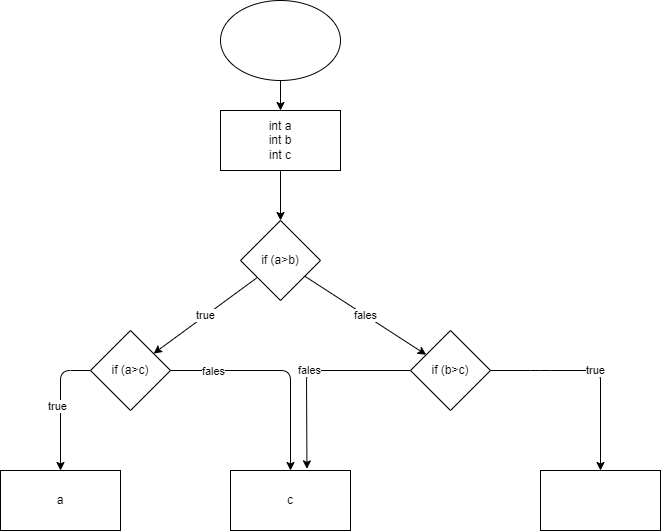
Before: lesson_1/exp2/diagram.drawio.png, a diagram exported from draw.io (kutuzoffmoscow/C-repo). Source tidied: cells renumbered, new cells last; positions are measured from the earlier drawing's top-left corner, leaving out a move shared by most shapes.
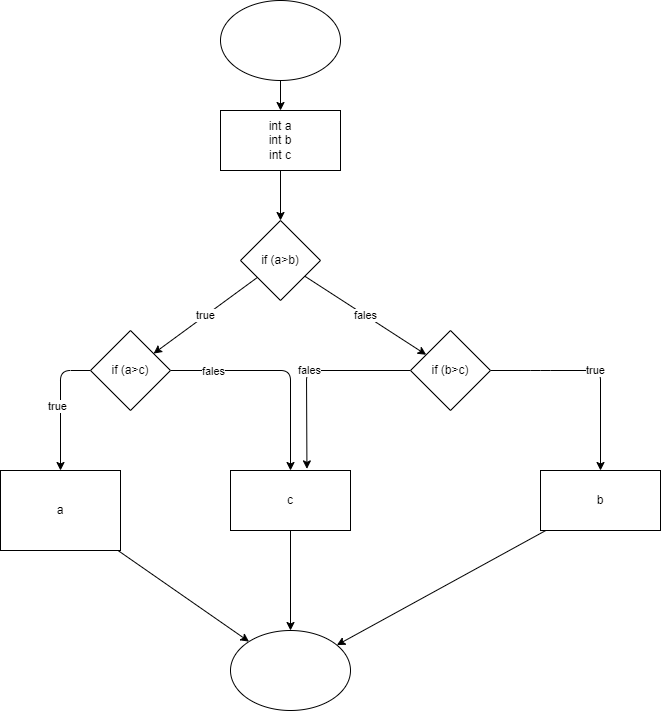
After the change.

Commit message:
добавил код

The edit, as a diff of the source:
```diff
@@ -64,14 +64,26 @@
     <mxCell id="16" value="if (a&amp;gt;c)" style="rhombus;whiteSpace=wrap;html=1;" parent="1" vertex="1">
       <mxGeometry x="90" y="330" width="80" height="80" as="geometry" />
     </mxCell>
+    <mxCell id="20" style="edgeStyle=none;html=1;" parent="1" edge="1" source="17" target="23">
+      <mxGeometry relative="1" as="geometry" />
+    </mxCell>
     <mxCell id="17" value="a" style="rounded=0;whiteSpace=wrap;html=1;" parent="1" vertex="1">
-      <mxGeometry y="470" width="120" height="60" as="geometry" />
+      <mxGeometry y="470" width="120" height="80" as="geometry" />
     </mxCell>
+    <mxCell id="21" style="edgeStyle=none;html=1;entryX=0.5;entryY=0;entryDx=0;entryDy=0;" parent="1" edge="1" source="18" target="23">
+      <mxGeometry relative="1" as="geometry" />
+    </mxCell>
     <mxCell id="18" value="c" style="rounded=0;whiteSpace=wrap;html=1;" parent="1" vertex="1">
       <mxGeometry x="230" y="470" width="120" height="60" as="geometry" />
     </mxCell>
+    <mxCell id="22" style="edgeStyle=none;html=1;" parent="1" edge="1" source="19" target="23">
+      <mxGeometry relative="1" as="geometry" />
+    </mxCell>
-    <mxCell id="19" style="rounded=0;whiteSpace=wrap;html=1;" parent="1" vertex="1">
+    <mxCell id="19" value="b" style="rounded=0;whiteSpace=wrap;html=1;" parent="1" vertex="1">
       <mxGeometry x="540" y="470" width="120" height="60" as="geometry" />
     </mxCell>
+    <mxCell id="23" style="ellipse;whiteSpace=wrap;html=1;" parent="1" vertex="1">
+      <mxGeometry x="230" y="630" width="120" height="80" as="geometry" />
+    </mxCell>
   </root>
 </mxGraphModel>
```
